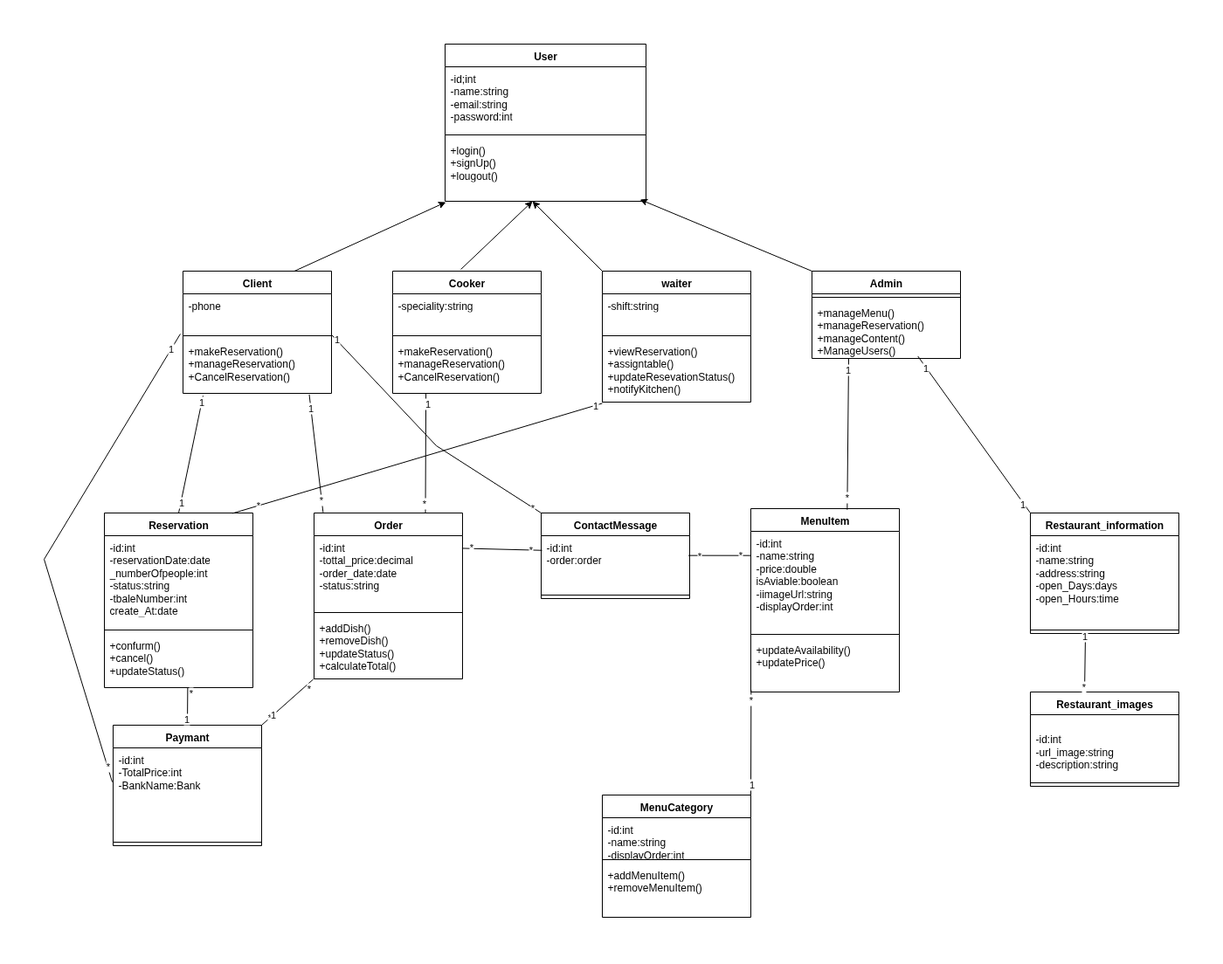
Above: UML_Restaurant.drawio.png in ELMAKHTARLAARIF/Gestion_restaurant (draw.io), before the change. Source tidied: cells renumbered, new cells last; positions are measured from the earlier drawing's top-left corner, leaving out a move shared by most shapes.
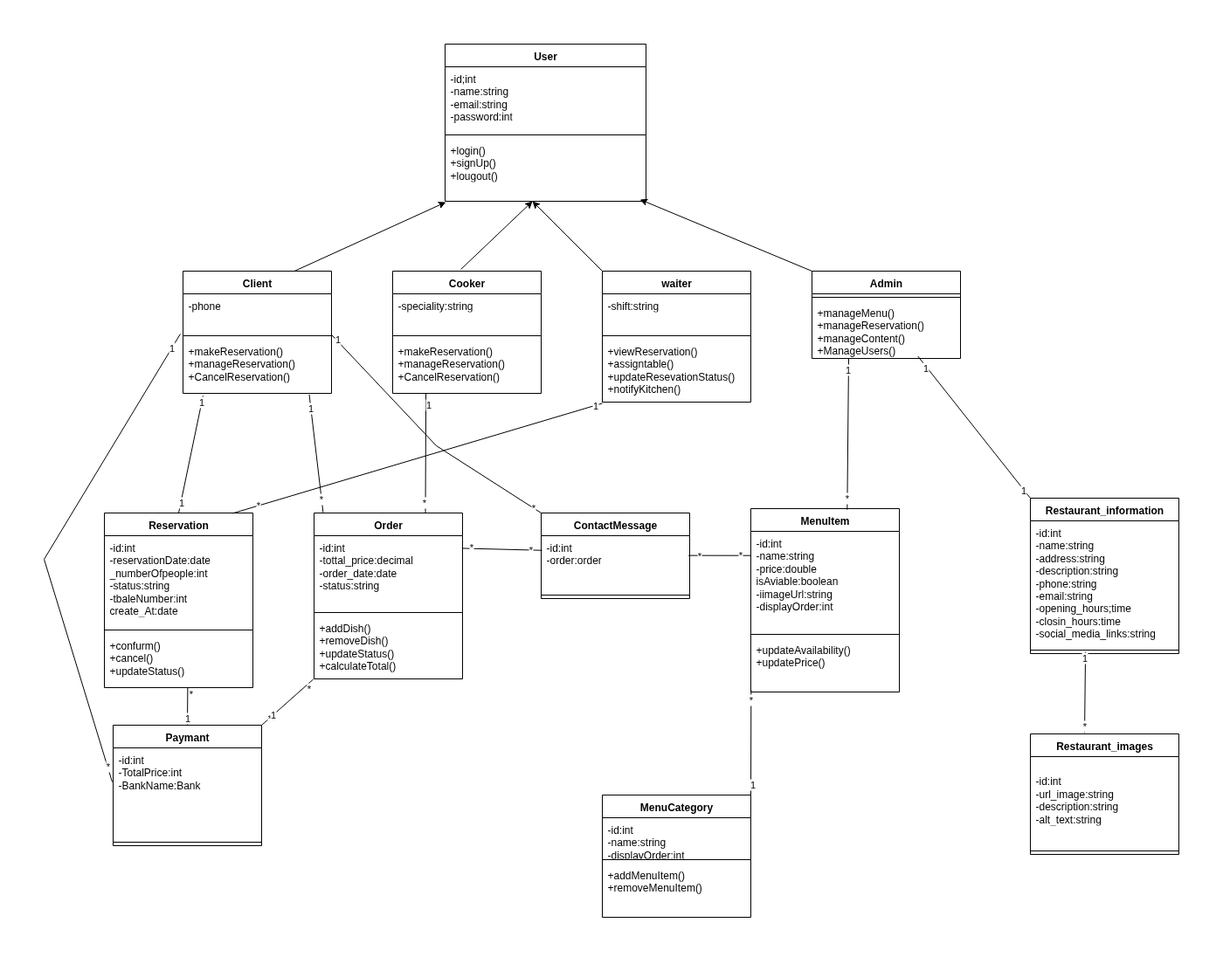
Later version of the same file.

The edit, as a diff of the source:
```diff
@@ -274,22 +274,22 @@
       <mxGeometry relative="1" as="geometry" />
     </mxCell>
     <mxCell id="85" value="Restaurant_information" style="swimlane;fontStyle=1;align=center;verticalAlign=top;horizontal=1;startSize=26;whiteSpace=wrap;html=1;" parent="1" vertex="1">
-      <mxGeometry x="1129" y="537" width="170" height="138" as="geometry" />
+      <mxGeometry x="1129" y="520" width="170" height="178" as="geometry" />
     </mxCell>
-    <mxCell id="86" value="-id:int&lt;div&gt;-name:string&lt;/div&gt;&lt;div&gt;-address:string&lt;/div&gt;&lt;div&gt;-open_Days:days&lt;/div&gt;&lt;div&gt;-open_Hours:time&lt;/div&gt;&lt;div&gt;&lt;br&gt;&lt;/div&gt;" style="text;strokeColor=none;fillColor=none;align=left;verticalAlign=top;spacingLeft=4;spacingRight=4;overflow=hidden;whiteSpace=wrap;html=1;" parent="85" vertex="1">
-      <mxGeometry y="26" width="170" height="104" as="geometry" />
+    <mxCell id="86" value="-id:int&lt;div&gt;-name:string&lt;/div&gt;&lt;div&gt;-address:string&lt;/div&gt;&lt;div&gt;-description:string&lt;/div&gt;&lt;div&gt;-phone:string&lt;/div&gt;&lt;div&gt;-email:string&lt;/div&gt;&lt;div&gt;-opening_hours;time&lt;/div&gt;&lt;div&gt;-closin_hours:time&lt;/div&gt;&lt;div&gt;-social_media_links:string&lt;/div&gt;" style="text;strokeColor=none;fillColor=none;align=left;verticalAlign=top;spacingLeft=4;spacingRight=4;overflow=hidden;whiteSpace=wrap;html=1;" parent="85" vertex="1">
+      <mxGeometry y="26" width="170" height="144" as="geometry" />
     </mxCell>
     <mxCell id="87" style="line;strokeWidth=1;fillColor=none;align=left;verticalAlign=middle;spacingTop=-1;spacingLeft=3;spacingRight=3;labelPosition=right;points=[];portConstraint=eastwest;strokeColor=inherit;" parent="85" vertex="1">
-      <mxGeometry y="130" width="170" height="8" as="geometry" />
+      <mxGeometry y="170" width="170" height="8" as="geometry" />
     </mxCell>
     <mxCell id="88" value="Restaurant_images" style="swimlane;fontStyle=1;align=center;verticalAlign=top;horizontal=1;startSize=26;whiteSpace=wrap;html=1;" parent="1" vertex="1">
-      <mxGeometry x="1129" y="742" width="170" height="108" as="geometry" />
+      <mxGeometry x="1129" y="790" width="170" height="138" as="geometry" />
     </mxCell>
-    <mxCell id="89" value="&lt;div&gt;&lt;br&gt;&lt;/div&gt;&lt;div&gt;-id:int&lt;/div&gt;&lt;div&gt;-url_image:string&lt;/div&gt;&lt;div&gt;-description:string&lt;/div&gt;" style="text;strokeColor=none;fillColor=none;align=left;verticalAlign=top;spacingLeft=4;spacingRight=4;overflow=hidden;whiteSpace=wrap;html=1;" parent="88" vertex="1">
-      <mxGeometry y="26" width="170" height="74" as="geometry" />
+    <mxCell id="89" value="&lt;div&gt;&lt;br&gt;&lt;/div&gt;&lt;div&gt;-id:int&lt;/div&gt;&lt;div&gt;-url_image:string&lt;/div&gt;&lt;div&gt;-description:string&lt;/div&gt;&lt;div&gt;-alt_text:string&lt;/div&gt;" style="text;strokeColor=none;fillColor=none;align=left;verticalAlign=top;spacingLeft=4;spacingRight=4;overflow=hidden;whiteSpace=wrap;html=1;" parent="88" vertex="1">
+      <mxGeometry y="26" width="170" height="104" as="geometry" />
     </mxCell>
     <mxCell id="90" style="line;strokeWidth=1;fillColor=none;align=left;verticalAlign=middle;spacingTop=-1;spacingLeft=3;spacingRight=3;labelPosition=right;strokeColor=inherit;" parent="88" vertex="1">
-      <mxGeometry y="100" width="170" height="8" as="geometry" />
+      <mxGeometry y="130" width="170" height="8" as="geometry" />
     </mxCell>
     <mxCell id="91" style="endArrow=none;html=1;rounded=0;exitX=0.365;exitY=-0.009;exitDx=0;exitDy=0;exitPerimeter=0;entryX=0.371;entryY=0.75;entryDx=0;entryDy=0;entryPerimeter=0;" parent="1" edge="1" source="88" target="87">
       <mxGeometry relative="1" as="geometry" />
```
